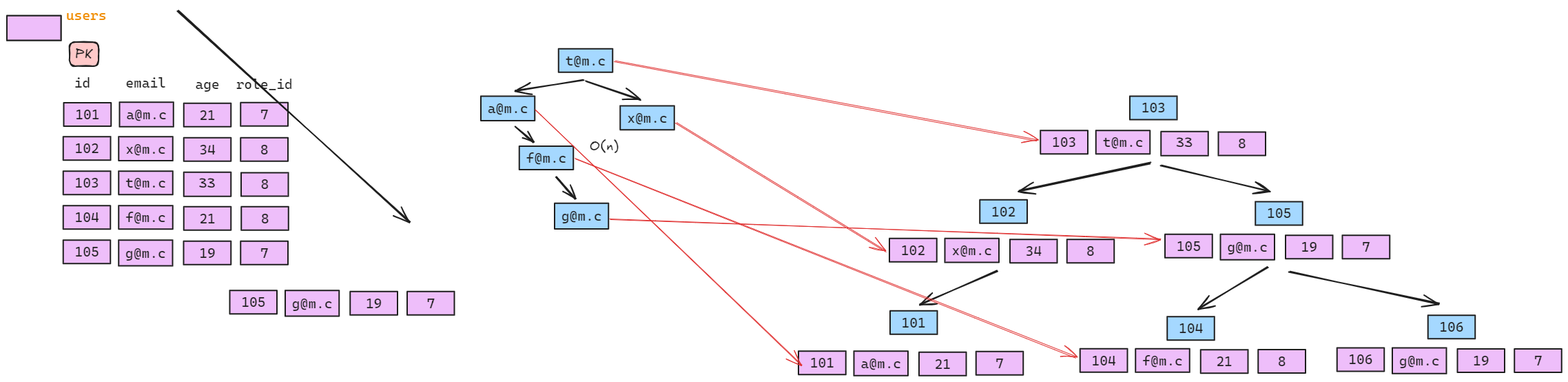
Earlier version of the Excalidraw export img/ddl.excalidraw.png (silvercodes/p32_p34_db_sql). Source tidied: one line per element, renumbered; positions are measured from the earlier drawing's top-left corner, leaving out a move shared by most shapes.
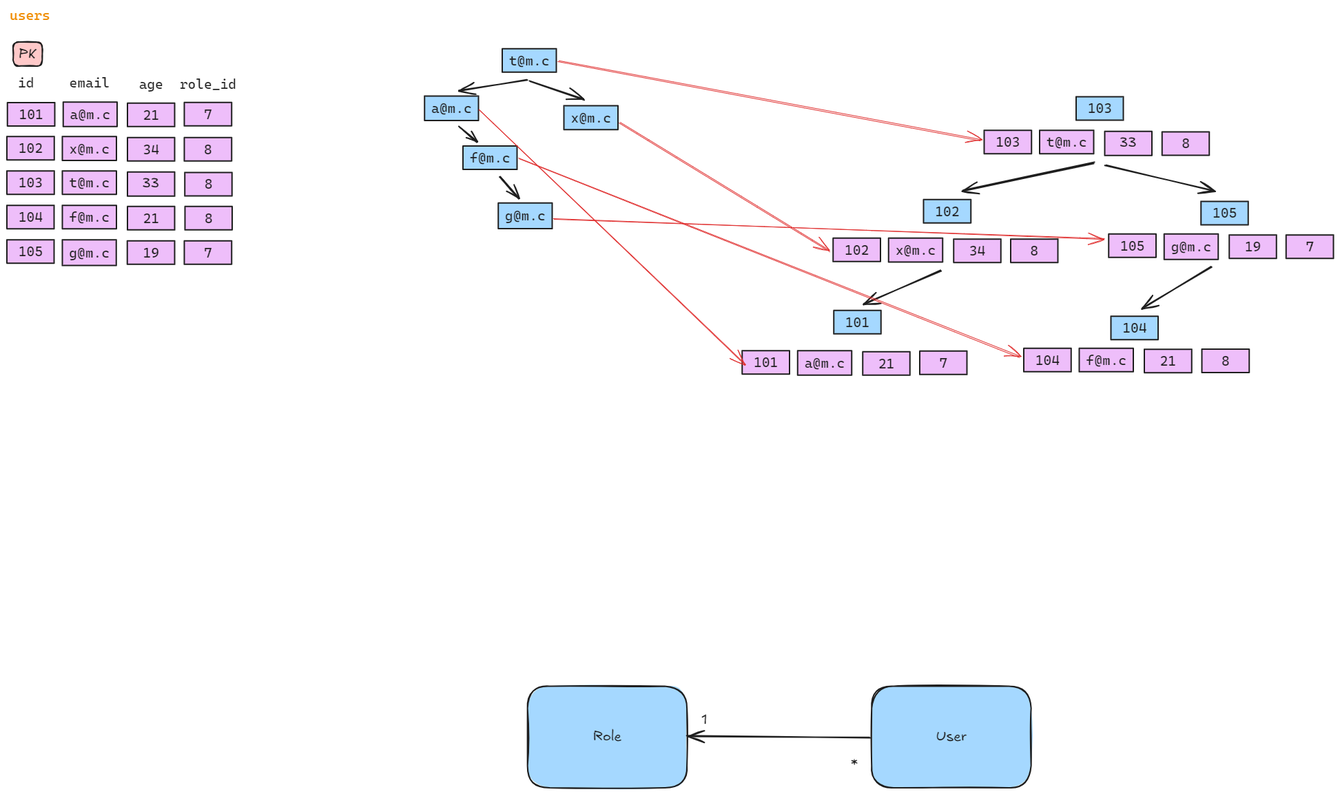
Later version of the same file.

The edit, as a diff of the source:
```diff
@@ -75,8 +75,8 @@
 {"id": 74, "type": "text", "text": "33", "strokeColor": "#1e1e1e", "strokeWidth": 2, "roughness": 1, "fontSize": 20, "fontFamily": 5, "textAlign": "center", "verticalAlign": "middle", "inside": 73, "x": 1616, "y": 186, "width": 24, "height": 25}
 {"id": 75, "type": "rectangle", "strokeColor": "#1e1e1e", "backgroundColor": "#eebefa", "fillStyle": "solid", "strokeWidth": 2, "roughness": 0, "x": 1677, "y": 181, "width": 69, "height": 34}
 {"id": 76, "type": "text", "text": "8", "strokeColor": "#1e1e1e", "backgroundColor": "#eebefa", "fillStyle": "solid", "strokeWidth": 2, "roughness": 0, "fontSize": 20, "fontFamily": 3, "textAlign": "center", "verticalAlign": "middle", "inside": 75, "x": 1706, "y": 186, "width": 11, "height": 24}
-{"id": 77, "type": "rectangle", "strokeColor": "#1e1e1e", "backgroundColor": "#a5d8ff", "fillStyle": "solid", "strokeWidth": 2, "roughness": 0, "x": 1548, "y": 129, "width": 69, "height": 34}
+{"id": 77, "type": "rectangle", "strokeColor": "#1e1e1e", "backgroundColor": "#a5d8ff", "fillStyle": "solid", "strokeWidth": 2, "roughness": 0, "x": 1552, "y": 130, "width": 69, "height": 34}
-{"id": 78, "type": "text", "text": "103", "strokeColor": "#1e1e1e", "backgroundColor": "#eebefa", "fillStyle": "solid", "strokeWidth": 2, "roughness": 0, "fontSize": 20, "fontFamily": 3, "textAlign": "center", "verticalAlign": "middle", "inside": 77, "x": 1566, "y": 134, "width": 32, "height": 24}
+{"id": 78, "type": "text", "text": "103", "strokeColor": "#1e1e1e", "backgroundColor": "#eebefa", "fillStyle": "solid", "strokeWidth": 2, "roughness": 0, "fontSize": 20, "fontFamily": 3, "textAlign": "center", "verticalAlign": "middle", "inside": 77, "x": 1570, "y": 135, "width": 32, "height": 24}
 {"id": 79, "type": "rectangle", "strokeColor": "#1e1e1e", "backgroundColor": "#eebefa", "fillStyle": "solid", "strokeWidth": 2, "roughness": 0, "x": 1476, "y": 496, "width": 69, "height": 34}
 {"id": 80, "type": "text", "text": "104", "strokeColor": "#1e1e1e", "backgroundColor": "#eebefa", "fillStyle": "solid", "strokeWidth": 2, "roughness": 0, "fontSize": 20, "fontFamily": 3, "textAlign": "center", "verticalAlign": "middle", "inside": 79, "x": 1494, "y": 501, "width": 32, "height": 24}
 {"id": 81, "type": "rectangle", "strokeColor": "#1e1e1e", "backgroundColor": "#eebefa", "fillStyle": "solid", "strokeWidth": 2, "roughness": 0, "x": 1557, "y": 496, "width": 78, "height": 34}
@@ -97,10 +97,10 @@
 {"id": 96, "type": "rectangle", "strokeColor": "#1e1e1e", "backgroundColor": "#eebefa", "fillStyle": "solid", "strokeWidth": 2, "roughness": 0, "x": 1857, "y": 331, "width": 69, "height": 34}
 {"id": 97, "type": "text", "text": "7", "strokeColor": "#1e1e1e", "backgroundColor": "#eebefa", "fillStyle": "solid", "strokeWidth": 2, "roughness": 0, "fontSize": 20, "fontFamily": 3, "textAlign": "center", "verticalAlign": "middle", "inside": 96, "x": 1886, "y": 336, "width": 11, "height": 24}
 {"id": 98, "type": "arrow", "strokeColor": "#1e1e1e", "backgroundColor": "#eebefa", "fillStyle": "solid", "strokeWidth": 2, "roughness": 0, "endArrowhead": "arrow", "x": 1894, "y": 346, "width": 0, "height": 0, "points": [[0, 0], [0, 0]]}
-{"id": 99, "type": "rectangle", "strokeColor": "#1e1e1e", "backgroundColor": "#a5d8ff", "fillStyle": "solid", "strokeWidth": 2, "roughness": 0, "x": 1730, "y": 282, "width": 69, "height": 34}
+{"id": 99, "type": "rectangle", "strokeColor": "#1e1e1e", "backgroundColor": "#a5d8ff", "fillStyle": "solid", "strokeWidth": 2, "roughness": 0, "x": 1733, "y": 282, "width": 69, "height": 34}
-{"id": 100, "type": "text", "text": "105", "strokeColor": "#1e1e1e", "backgroundColor": "#eebefa", "fillStyle": "solid", "strokeWidth": 2, "roughness": 0, "fontSize": 20, "fontFamily": 3, "textAlign": "center", "verticalAlign": "middle", "inside": 99, "x": 1749, "y": 287, "width": 32, "height": 24}
+{"id": 100, "type": "text", "text": "105", "strokeColor": "#1e1e1e", "backgroundColor": "#eebefa", "fillStyle": "solid", "strokeWidth": 2, "roughness": 0, "fontSize": 20, "fontFamily": 3, "textAlign": "center", "verticalAlign": "middle", "inside": 99, "x": 1751, "y": 287, "width": 32, "height": 24}
 {"id": 101, "type": "arrow", "strokeColor": "#1e1e1e", "backgroundColor": "#a5d8ff", "fillStyle": "solid", "strokeWidth": 2, "roughness": 1, "endArrowhead": "arrow", "round": true, "from": 71, "to": 67, "x": 1578, "y": 226, "width": 190, "height": 40, "points": [[0, 0], [-190, 40]]}
-{"id": 102, "type": "arrow", "strokeColor": "#1e1e1e", "backgroundColor": "#a5d8ff", "fillStyle": "solid", "strokeWidth": 2, "roughness": 1, "endArrowhead": "arrow", "round": true, "from": 73, "to": 99, "x": 1594, "y": 229, "width": 157, "height": 38, "points": [[0, 0], [157, 38]]}
+{"id": 102, "type": "arrow", "strokeColor": "#1e1e1e", "backgroundColor": "#a5d8ff", "fillStyle": "solid", "strokeWidth": 2, "roughness": 1, "endArrowhead": "arrow", "round": true, "from": 73, "to": 99, "x": 1594, "y": 229, "width": 158, "height": 38, "points": [[0, 0], [158, 38]]}
 {"id": 103, "type": "arrow", "strokeColor": "#1e1e1e", "backgroundColor": "#a5d8ff", "fillStyle": "solid", "strokeWidth": 2, "roughness": 1, "endArrowhead": "arrow", "round": true, "from": 61, "to": 57, "x": 1355, "y": 384, "width": 113, "height": 47, "points": [[0, 0], [-113, 47]]}
 {"id": 104, "type": "arrow", "strokeColor": "#1e1e1e", "backgroundColor": "#a5d8ff", "fillStyle": "solid", "strokeWidth": 2, "roughness": 1, "endArrowhead": "arrow", "round": true, "from": 91, "to": 87, "x": 1748, "y": 378, "width": 101, "height": 60, "points": [[0, 0], [-101, 60]]}
 {"id": 105, "type": "rectangle", "strokeColor": "#1e1e1e", "backgroundColor": "#a5d8ff", "fillStyle": "solid", "strokeWidth": 2, "roughness": 0, "x": 606, "y": 130, "width": 78, "height": 36}
@@ -122,3 +122,10 @@
 {"id": 121, "type": "arrow", "strokeColor": "#e03131", "backgroundColor": "#a5d8ff", "fillStyle": "solid", "strokeWidth": 1, "roughness": 1, "endArrowhead": "arrow", "round": true, "from": 107, "to": 59, "x": 889, "y": 168, "width": 305, "height": 188, "points": [[0, 0], [305, 188]]}
 {"id": 122, "type": "arrow", "strokeColor": "#e03131", "backgroundColor": "#a5d8ff", "fillStyle": "solid", "strokeWidth": 1, "roughness": 1, "endArrowhead": "arrow", "round": true, "from": 111, "to": 79, "x": 742, "y": 220, "width": 729, "height": 288, "points": [[0, 0], [729, 288]]}
 {"id": 123, "type": "arrow", "strokeColor": "#e03131", "backgroundColor": "#a5d8ff", "fillStyle": "solid", "strokeWidth": 1, "roughness": 1, "endArrowhead": "arrow", "round": true, "from": 113, "to": 89, "x": 794, "y": 308, "width": 799, "height": 29, "points": [[0, 0], [799, 29]]}
+{"id": 124, "type": "rectangle", "strokeColor": "#1e1e1e", "backgroundColor": "#a5d8ff", "fillStyle": "solid", "strokeWidth": 2, "roughness": 1, "round": true, "x": 756, "y": 987, "width": 231, "height": 147}
+{"id": 125, "type": "text", "text": "Role", "strokeColor": "#1e1e1e", "backgroundColor": "#a5d8ff", "fillStyle": "solid", "strokeWidth": 2, "roughness": 1, "fontSize": 20, "fontFamily": 5, "textAlign": "center", "verticalAlign": "middle", "inside": 124, "x": 850, "y": 1048, "width": 42, "height": 25}
+{"id": 126, "type": "rectangle", "strokeColor": "#1e1e1e", "backgroundColor": "#a5d8ff", "fillStyle": "solid", "strokeWidth": 2, "roughness": 1, "round": true, "x": 1255, "y": 987, "width": 231, "height": 147}
+{"id": 127, "type": "text", "text": "User", "strokeColor": "#1e1e1e", "backgroundColor": "#a5d8ff", "fillStyle": "solid", "strokeWidth": 2, "roughness": 1, "fontSize": 20, "fontFamily": 5, "textAlign": "center", "verticalAlign": "middle", "inside": 126, "x": 1349, "y": 1048, "width": 44, "height": 25}
+{"id": 128, "type": "arrow", "strokeColor": "#1e1e1e", "backgroundColor": "#a5d8ff", "fillStyle": "solid", "strokeWidth": 2, "roughness": 1, "endArrowhead": "arrow", "round": true, "from": 126, "to": 124, "x": 1253, "y": 1061, "width": 265, "height": 2, "points": [[0, 0], [-265, -2]]}
+{"id": 129, "type": "text", "text": "1", "strokeColor": "#1e1e1e", "backgroundColor": "#a5d8ff", "fillStyle": "solid", "strokeWidth": 2, "roughness": 1, "fontSize": 20, "fontFamily": 5, "x": 1008, "y": 1024, "width": 9, "height": 25}
+{"id": 130, "type": "text", "text": "*", "strokeColor": "#1e1e1e", "backgroundColor": "#a5d8ff", "fillStyle": "solid", "strokeWidth": 2, "roughness": 1, "fontSize": 20, "fontFamily": 5, "x": 1225, "y": 1088, "width": 10, "height": 25}
```
